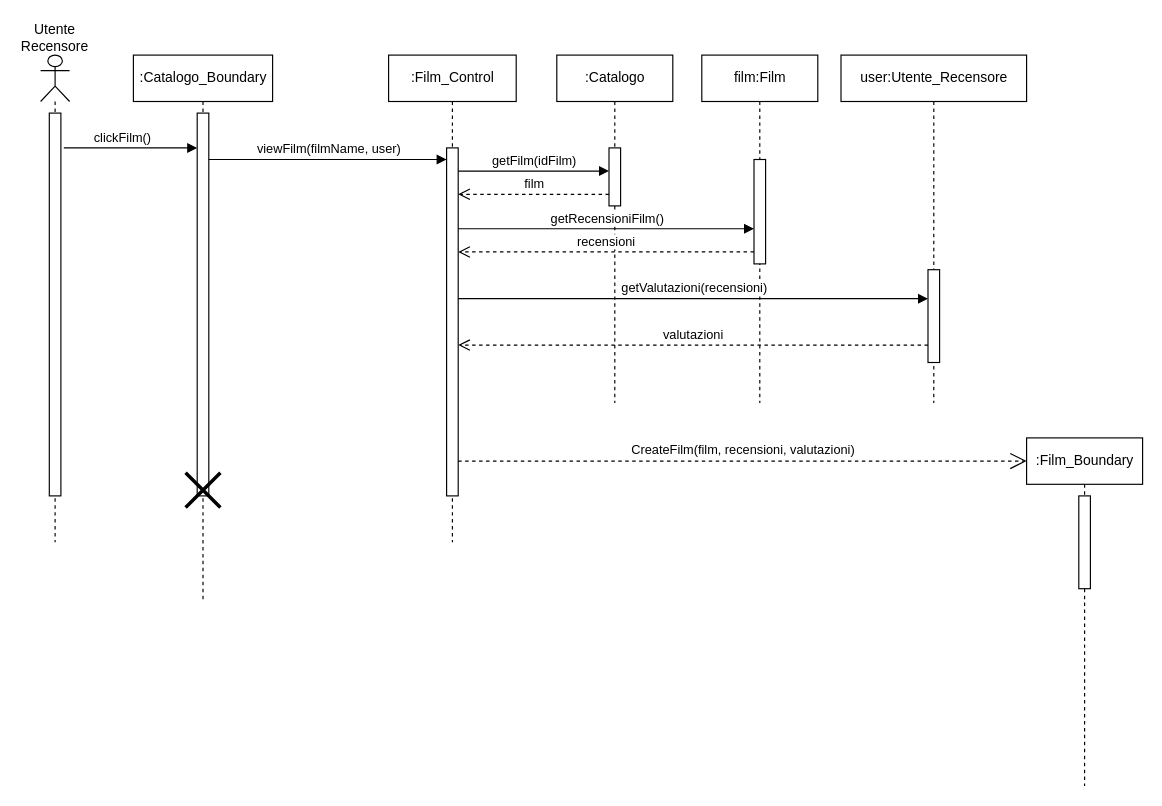
Before: New Diagrams/Sequence Diagrams/UC04.1Visualizzazione Dettagli Film (Utente Recensore).drawio in superfra01/Rated, a draw.io diagram. Source tidied: cells renumbered, new cells numbered last; positions are measured from the earlier drawing's top-left corner, leaving out a move shared by most shapes. Both pictures are drawn from the tidied source at 116%, with x=0, y=0 at pixel (20, 20).
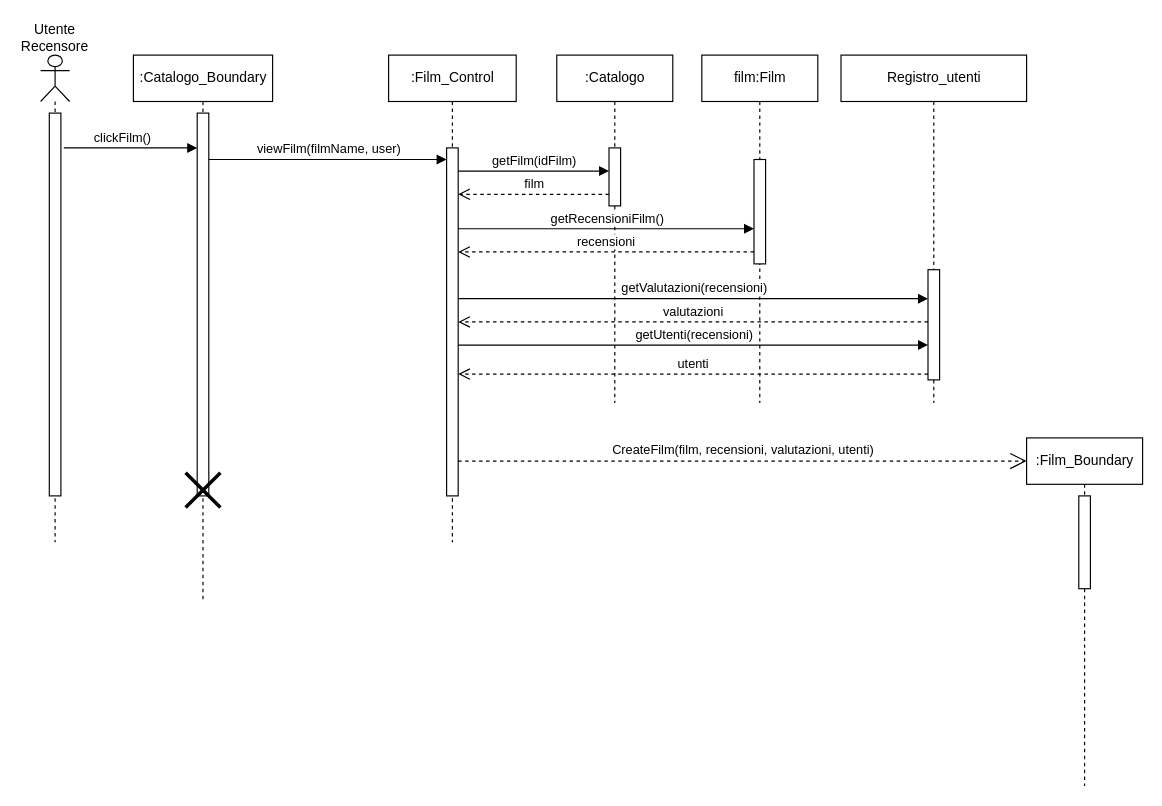
After the change.

The change refers to these unchanged cells:
```xml
<mxCell id="7" style="html=1;points=[[0,0,0,0,5],[0,1,0,0,-5],[1,0,0,0,5],[1,1,0,0,-5]];perimeter=orthogonalPerimeter;outlineConnect=0;targetShapes=umlLifeline;portConstraint=eastwest;newEdgeStyle={&quot;curved&quot;:0,&quot;rounded&quot;:0};" parent="6" vertex="1">
  <mxGeometry x="50" y="80" width="10" height="300" as="geometry" />
</mxCell>
```

The edit, as a diff of the source:
```diff
@@
-    <mxCell id="21" value="CreateFilm(film, recensioni, valutazioni)" style="endArrow=open;endSize=12;dashed=1;html=1;rounded=0;" parent="1" edge="1" source="7">
+    <mxCell id="21" value="CreateFilm(film, recensioni, valutazioni, utenti)" style="endArrow=open;endSize=12;dashed=1;html=1;rounded=0;" parent="1" edge="1" source="7">
       <mxGeometry y="10" relative="1" as="geometry">
         <mxPoint x="867.5" y="380" as="targetPoint" />
       </mxGeometry>
     </mxCell>
@@
-    <mxCell id="23" value="user:Utente_Recensore" style="shape=umlLifeline;perimeter=lifelinePerimeter;whiteSpace=wrap;html=1;newEdgeStyle={&quot;curved&quot;:0,&quot;rounded&quot;:0};" parent="1" vertex="1">
+    <mxCell id="23" value="Registro_utenti" style="shape=umlLifeline;perimeter=lifelinePerimeter;whiteSpace=wrap;html=1;newEdgeStyle={&quot;curved&quot;:0,&quot;rounded&quot;:0};" parent="1" vertex="1">
       <mxGeometry x="707.5" y="30" width="160" height="300" as="geometry" />
     </mxCell>
     <mxCell id="24" style="html=1;points=[[0,0,0,0,5],[0,1,0,0,-5],[1,0,0,0,5],[1,1,0,0,-5]];perimeter=orthogonalPerimeter;outlineConnect=0;targetShapes=umlLifeline;portConstraint=eastwest;newEdgeStyle={&quot;curved&quot;:0,&quot;rounded&quot;:0};" parent="23" vertex="1">
-      <mxGeometry x="75" y="185" width="10" height="80" as="geometry" />
+      <mxGeometry x="75" y="185" width="10" height="95" as="geometry" />
     </mxCell>
@@
     <mxCell id="26" value="valutazioni" style="html=1;verticalAlign=bottom;endArrow=open;dashed=1;endSize=8;curved=0;rounded=0;" parent="1" edge="1">
       <mxGeometry relative="1" as="geometry">
-        <mxPoint x="782.5" y="280" as="sourcePoint" />
-        <mxPoint x="377.5" y="280" as="targetPoint" />
+        <mxPoint x="782.5" y="260" as="sourcePoint" />
+        <mxPoint x="377.5" y="260" as="targetPoint" />
       </mxGeometry>
     </mxCell>
+    <mxCell id="27" value="getUtenti(recensioni)" style="html=1;verticalAlign=bottom;endArrow=block;curved=0;rounded=0;" parent="1" edge="1">
+      <mxGeometry relative="1" as="geometry">
+        <mxPoint x="377.5" y="280" as="sourcePoint" />
+        <mxPoint x="782.5" y="280" as="targetPoint" />
+      </mxGeometry>
+    </mxCell>
+    <mxCell id="28" value="utenti" style="html=1;verticalAlign=bottom;endArrow=open;dashed=1;endSize=8;curved=0;rounded=0;exitX=0;exitY=1;exitDx=0;exitDy=-5;exitPerimeter=0;" parent="1" edge="1" source="24" target="7">
+      <mxGeometry relative="1" as="geometry" />
+    </mxCell>
```
